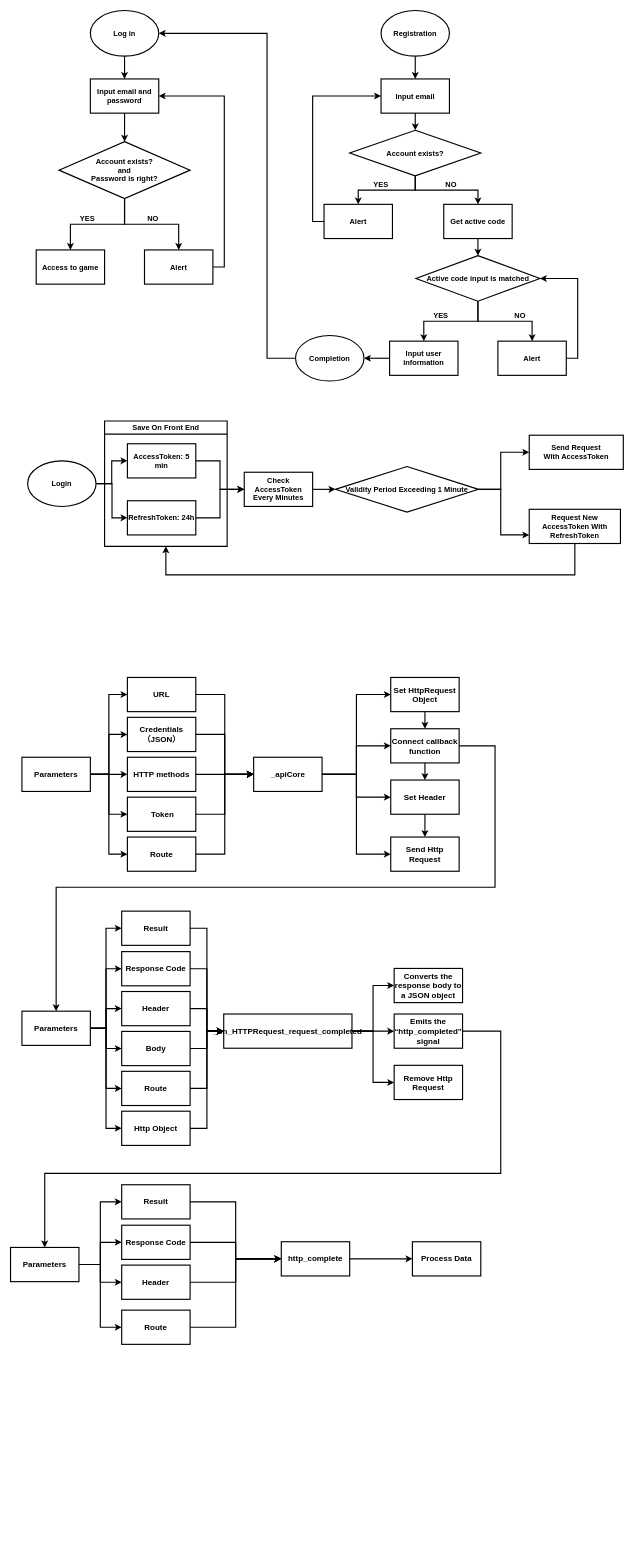
Above: 未命名绘图.drawio in Kathy3665/coursesource (draw.io), before the change. Source tidied: cells renumbered, new cells numbered last; positions are measured from the earlier drawing's top-left corner, leaving out a move shared by most shapes. Both pictures are drawn from the tidied source at 57%, with x=0, y=0 at pixel (10, 10).
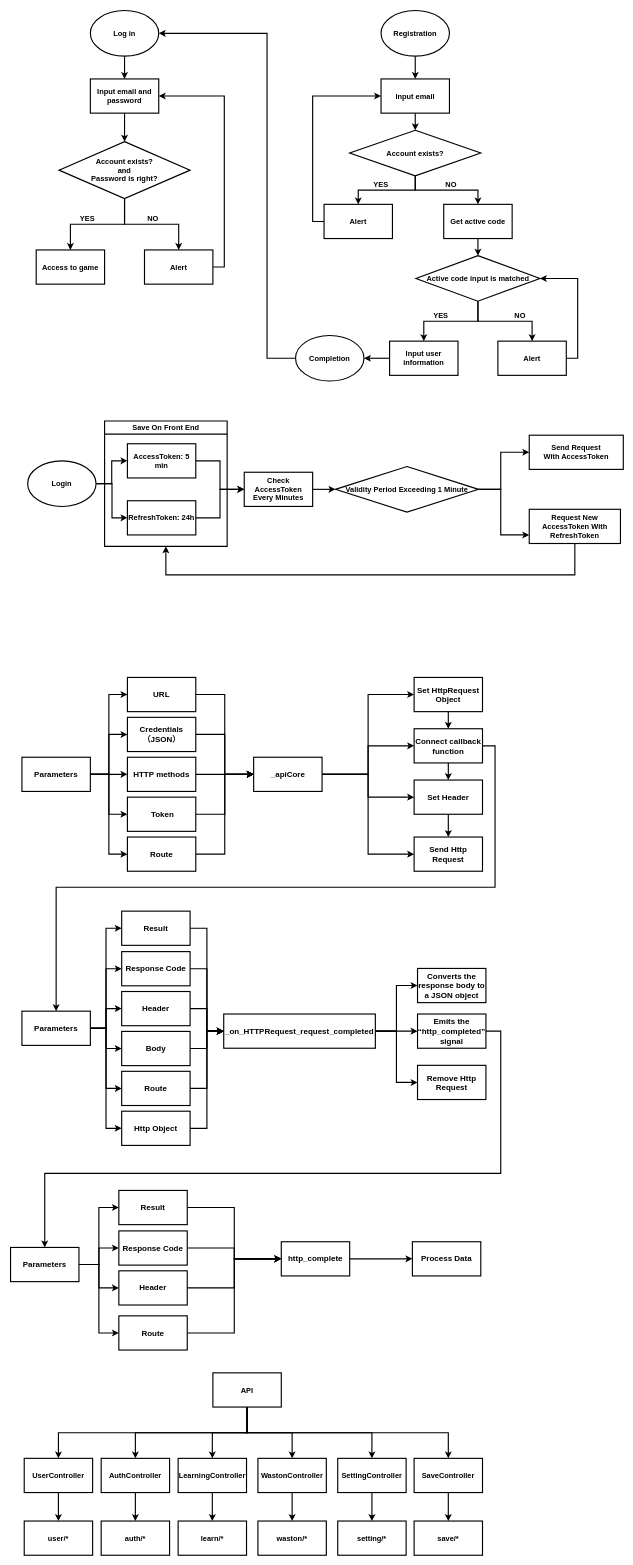
The same page after the edit.

Commit message:
更新未命名绘图.drawio

Diff of the diagram source:
```diff
@@
     <mxCell id="60" value="Set HttpRequest Object" style="rounded=0;whiteSpace=wrap;html=1;strokeWidth=2;fontSize=14;fontStyle=1;" parent="1" vertex="1">
-      <mxGeometry x="667" y="1170" width="120" height="60" as="geometry" />
+      <mxGeometry x="708" y="1170" width="120" height="60" as="geometry" />
     </mxCell>
@@
     <mxCell id="62" value="Set Header" style="rounded=0;whiteSpace=wrap;html=1;strokeWidth=2;fontSize=14;fontStyle=1;" parent="1" vertex="1">
-      <mxGeometry x="667" y="1350" width="120" height="60" as="geometry" />
+      <mxGeometry x="708" y="1350" width="120" height="60" as="geometry" />
     </mxCell>
@@
     <mxCell id="73" value="Send Http Request" style="rounded=0;whiteSpace=wrap;html=1;strokeWidth=2;fontSize=14;fontStyle=1;" parent="1" vertex="1">
-      <mxGeometry x="667" y="1450" width="120" height="60" as="geometry" />
+      <mxGeometry x="708" y="1450" width="120" height="60" as="geometry" />
     </mxCell>
@@
     <mxCell id="76" value="Connect&amp;nbsp;callback function" style="rounded=0;whiteSpace=wrap;html=1;strokeWidth=2;fontSize=14;fontStyle=1;" parent="1" vertex="1">
-      <mxGeometry x="667" y="1260" width="120" height="60" as="geometry" />
+      <mxGeometry x="708" y="1260" width="120" height="60" as="geometry" />
     </mxCell>
-    <mxCell id="77" style="edgeStyle=orthogonalEdgeStyle;rounded=0;jettySize=auto;html=1;exitX=1;exitY=0.5;exitDx=0;exitDy=0;entryX=0;entryY=0.5;entryDx=0;entryDy=0;strokeWidth=2;fontSize=14;fontStyle=1;" parent="1" edge="1" source="80" target="87">
+    <mxCell id="77" style="edgeStyle=orthogonalEdgeStyle;rounded=0;jettySize=auto;html=1;exitX=1;exitY=0.5;exitDx=0;exitDy=0;entryX=0;entryY=0.5;entryDx=0;entryDy=0;strokeWidth=2;" parent="1" edge="1" source="80" target="87">
       <mxGeometry relative="1" as="geometry" />
     </mxCell>
-    <mxCell id="78" style="edgeStyle=orthogonalEdgeStyle;rounded=0;jettySize=auto;html=1;exitX=1;exitY=0.5;exitDx=0;exitDy=0;entryX=0;entryY=0.5;entryDx=0;entryDy=0;strokeWidth=2;fontSize=14;fontStyle=1;" parent="1" edge="1" source="80" target="90">
+    <mxCell id="78" style="edgeStyle=orthogonalEdgeStyle;rounded=0;jettySize=auto;html=1;exitX=1;exitY=0.5;exitDx=0;exitDy=0;strokeWidth=2;" parent="1" edge="1" source="80" target="90">
       <mxGeometry relative="1" as="geometry" />
     </mxCell>
-    <mxCell id="79" style="edgeStyle=orthogonalEdgeStyle;rounded=0;jettySize=auto;html=1;exitX=1;exitY=0.5;exitDx=0;exitDy=0;entryX=0;entryY=0.5;entryDx=0;entryDy=0;strokeWidth=2;fontSize=14;fontStyle=1;" parent="1" edge="1" source="80" target="88">
+    <mxCell id="79" style="edgeStyle=orthogonalEdgeStyle;rounded=0;jettySize=auto;html=1;exitX=1;exitY=0.5;exitDx=0;exitDy=0;entryX=0;entryY=0.5;entryDx=0;entryDy=0;strokeWidth=2;" parent="1" edge="1" source="80" target="88">
       <mxGeometry relative="1" as="geometry" />
     </mxCell>
     <mxCell id="80" value="&lt;div style=&quot;font-size: 14px;&quot;&gt;_on_HTTPRequest_request_completed&lt;/div&gt;" style="rounded=0;whiteSpace=wrap;html=1;strokeWidth=2;fontSize=14;fontStyle=1;" parent="1" vertex="1">
-      <mxGeometry x="374" y="1760.5" width="225" height="60" as="geometry" />
+      <mxGeometry x="374" y="1760.5" width="266" height="60" as="geometry" />
     </mxCell>
@@
     <mxCell id="87" value="&lt;div style=&quot;font-size: 14px;&quot;&gt;Converts the response body to a JSON object&lt;/div&gt;" style="rounded=0;whiteSpace=wrap;html=1;strokeWidth=2;fontSize=14;fontStyle=1;" parent="1" vertex="1">
-      <mxGeometry x="673" y="1680.5" width="120" height="60" as="geometry" />
+      <mxGeometry x="714" y="1680.5" width="120" height="60" as="geometry" />
     </mxCell>
     <mxCell id="88" value="Remove Http Request" style="rounded=0;whiteSpace=wrap;html=1;strokeWidth=2;fontSize=14;fontStyle=1;" parent="1" vertex="1">
-      <mxGeometry x="673" y="1850.5" width="120" height="60" as="geometry" />
+      <mxGeometry x="714" y="1850.5" width="120" height="60" as="geometry" />
     </mxCell>
@@
     <mxCell id="90" value="&lt;div style=&quot;font-size: 14px;&quot;&gt;Emits the “http_completed”&lt;/div&gt;&lt;div style=&quot;font-size: 14px;&quot;&gt;signal&lt;/div&gt;" style="rounded=0;whiteSpace=wrap;html=1;strokeWidth=2;fontSize=14;fontStyle=1;" parent="1" vertex="1">
-      <mxGeometry x="673" y="1760.5" width="120" height="60" as="geometry" />
+      <mxGeometry x="714" y="1760.5" width="120" height="60" as="geometry" />
     </mxCell>
@@
     <mxCell id="119" value="Result" style="rounded=0;whiteSpace=wrap;html=1;strokeWidth=2;fontSize=14;fontStyle=1;" parent="1" vertex="1">
-      <mxGeometry x="195" y="2060" width="120" height="60" as="geometry" />
+      <mxGeometry x="190" y="2070" width="120" height="60" as="geometry" />
     </mxCell>
@@
     <mxCell id="121" value="Response Code" style="rounded=0;whiteSpace=wrap;html=1;strokeWidth=2;fontSize=14;fontStyle=1;" parent="1" vertex="1">
-      <mxGeometry x="195" y="2131" width="120" height="60" as="geometry" />
+      <mxGeometry x="190" y="2141" width="120" height="60" as="geometry" />
     </mxCell>
@@
     <mxCell id="123" value="Header" style="rounded=0;whiteSpace=wrap;html=1;strokeWidth=2;fontSize=14;fontStyle=1;" parent="1" vertex="1">
-      <mxGeometry x="195" y="2201" width="120" height="60" as="geometry" />
+      <mxGeometry x="190" y="2211" width="120" height="60" as="geometry" />
     </mxCell>
@@
     <mxCell id="125" value="Route" style="rounded=0;whiteSpace=wrap;html=1;strokeWidth=2;fontSize=14;fontStyle=1;" parent="1" vertex="1">
-      <mxGeometry x="195" y="2280" width="120" height="60" as="geometry" />
+      <mxGeometry x="190" y="2290" width="120" height="60" as="geometry" />
     </mxCell>
+    <mxCell id="126" value="user/*" style="rounded=0;whiteSpace=wrap;html=1;strokeWidth=2;spacing=2;fontSize=13;fontStyle=1;" parent="1" vertex="1">
+      <mxGeometry x="24" y="2650" width="120" height="60" as="geometry" />
+    </mxCell>
+    <mxCell id="127" value="auth/*" style="rounded=0;whiteSpace=wrap;html=1;strokeWidth=2;spacing=2;fontSize=13;fontStyle=1;" parent="1" vertex="1">
+      <mxGeometry x="159" y="2650" width="120" height="60" as="geometry" />
+    </mxCell>
+    <mxCell id="128" value="learn/*" style="rounded=0;whiteSpace=wrap;html=1;strokeWidth=2;spacing=2;fontSize=13;fontStyle=1;" parent="1" vertex="1">
+      <mxGeometry x="294" y="2650" width="120" height="60" as="geometry" />
+    </mxCell>
+    <mxCell id="129" value="waston/*" style="rounded=0;whiteSpace=wrap;html=1;strokeWidth=2;spacing=2;fontSize=13;fontStyle=1;" parent="1" vertex="1">
+      <mxGeometry x="434" y="2650" width="120" height="60" as="geometry" />
+    </mxCell>
+    <mxCell id="130" value="setting/*" style="rounded=0;whiteSpace=wrap;html=1;strokeWidth=2;spacing=2;fontSize=13;fontStyle=1;" parent="1" vertex="1">
+      <mxGeometry x="574" y="2650" width="120" height="60" as="geometry" />
+    </mxCell>
+    <mxCell id="131" value="save/*" style="rounded=0;whiteSpace=wrap;html=1;strokeWidth=2;spacing=2;fontSize=13;fontStyle=1;" parent="1" vertex="1">
+      <mxGeometry x="708" y="2650" width="120" height="60" as="geometry" />
+    </mxCell>
+    <mxCell id="132" style="edgeStyle=orthogonalEdgeStyle;rounded=0;jettySize=auto;html=1;exitX=0.5;exitY=1;exitDx=0;exitDy=0;entryX=0.5;entryY=0;entryDx=0;entryDy=0;strokeWidth=2;spacing=2;fontSize=13;fontStyle=1;" parent="1" edge="1" source="138" target="140">
+      <mxGeometry relative="1" as="geometry" />
+    </mxCell>
+    <mxCell id="133" style="edgeStyle=orthogonalEdgeStyle;rounded=0;jettySize=auto;html=1;exitX=0.5;exitY=1;exitDx=0;exitDy=0;entryX=0.5;entryY=0;entryDx=0;entryDy=0;strokeWidth=2;spacing=2;fontSize=13;fontStyle=1;" parent="1" edge="1" source="138" target="142">
+      <mxGeometry relative="1" as="geometry" />
+    </mxCell>
+    <mxCell id="134" style="edgeStyle=orthogonalEdgeStyle;rounded=0;jettySize=auto;html=1;exitX=0.5;exitY=1;exitDx=0;exitDy=0;entryX=0.5;entryY=0;entryDx=0;entryDy=0;strokeWidth=2;spacing=2;fontSize=13;fontStyle=1;" parent="1" edge="1" source="138" target="144">
+      <mxGeometry relative="1" as="geometry" />
+    </mxCell>
+    <mxCell id="135" style="edgeStyle=orthogonalEdgeStyle;rounded=0;jettySize=auto;html=1;exitX=0.5;exitY=1;exitDx=0;exitDy=0;entryX=0.5;entryY=0;entryDx=0;entryDy=0;strokeWidth=2;spacing=2;fontSize=13;fontStyle=1;" parent="1" edge="1" source="138" target="146">
+      <mxGeometry relative="1" as="geometry" />
+    </mxCell>
+    <mxCell id="136" style="edgeStyle=orthogonalEdgeStyle;rounded=0;jettySize=auto;html=1;exitX=0.5;exitY=1;exitDx=0;exitDy=0;entryX=0.5;entryY=0;entryDx=0;entryDy=0;strokeWidth=2;spacing=2;fontSize=13;fontStyle=1;" parent="1" edge="1" source="138" target="148">
+      <mxGeometry relative="1" as="geometry" />
+    </mxCell>
+    <mxCell id="137" style="edgeStyle=orthogonalEdgeStyle;rounded=0;jettySize=auto;html=1;exitX=0.5;exitY=1;exitDx=0;exitDy=0;strokeWidth=2;spacing=2;fontSize=13;fontStyle=1;" parent="1" edge="1" source="138" target="150">
+      <mxGeometry relative="1" as="geometry" />
+    </mxCell>
+    <mxCell id="138" value="API" style="rounded=0;whiteSpace=wrap;html=1;strokeWidth=2;spacing=2;fontSize=13;fontStyle=1;" parent="1" vertex="1">
+      <mxGeometry x="355" y="2390" width="120" height="60" as="geometry" />
+    </mxCell>
+    <mxCell id="139" style="edgeStyle=orthogonalEdgeStyle;rounded=0;jettySize=auto;html=1;exitX=0.5;exitY=1;exitDx=0;exitDy=0;entryX=0.5;entryY=0;entryDx=0;entryDy=0;strokeWidth=2;spacing=2;fontSize=13;fontStyle=1;" parent="1" edge="1" source="140" target="126">
+      <mxGeometry relative="1" as="geometry" />
+    </mxCell>
+    <mxCell id="140" value="UserController" style="rounded=0;whiteSpace=wrap;html=1;strokeWidth=2;spacing=2;fontSize=13;fontStyle=1;" parent="1" vertex="1">
+      <mxGeometry x="24" y="2540" width="120" height="60" as="geometry" />
+    </mxCell>
+    <mxCell id="141" style="edgeStyle=orthogonalEdgeStyle;rounded=0;jettySize=auto;html=1;exitX=0.5;exitY=1;exitDx=0;exitDy=0;strokeWidth=2;spacing=2;fontSize=13;fontStyle=1;" parent="1" edge="1" source="142" target="127">
+      <mxGeometry relative="1" as="geometry" />
+    </mxCell>
+    <mxCell id="142" value="AuthController" style="rounded=0;whiteSpace=wrap;html=1;strokeWidth=2;spacing=2;fontSize=13;fontStyle=1;" parent="1" vertex="1">
+      <mxGeometry x="159" y="2540" width="120" height="60" as="geometry" />
+    </mxCell>
+    <mxCell id="143" style="edgeStyle=orthogonalEdgeStyle;rounded=0;jettySize=auto;html=1;exitX=0.5;exitY=1;exitDx=0;exitDy=0;entryX=0.5;entryY=0;entryDx=0;entryDy=0;strokeWidth=2;spacing=2;fontSize=13;fontStyle=1;" parent="1" edge="1" source="144" target="128">
+      <mxGeometry relative="1" as="geometry" />
+    </mxCell>
+    <mxCell id="144" value="LearningController" style="rounded=0;whiteSpace=wrap;html=1;strokeWidth=2;spacing=2;fontSize=13;fontStyle=1;" parent="1" vertex="1">
+      <mxGeometry x="294" y="2540" width="120" height="60" as="geometry" />
+    </mxCell>
+    <mxCell id="145" style="edgeStyle=orthogonalEdgeStyle;rounded=0;jettySize=auto;html=1;exitX=0.5;exitY=1;exitDx=0;exitDy=0;strokeWidth=2;spacing=2;fontSize=13;fontStyle=1;" parent="1" edge="1" source="146" target="129">
+      <mxGeometry relative="1" as="geometry" />
+    </mxCell>
+    <mxCell id="146" value="WastonController" style="rounded=0;whiteSpace=wrap;html=1;strokeWidth=2;spacing=2;fontSize=13;fontStyle=1;" parent="1" vertex="1">
+      <mxGeometry x="434" y="2540" width="120" height="60" as="geometry" />
+    </mxCell>
+    <mxCell id="147" style="edgeStyle=orthogonalEdgeStyle;rounded=0;jettySize=auto;html=1;exitX=0.5;exitY=1;exitDx=0;exitDy=0;entryX=0.5;entryY=0;entryDx=0;entryDy=0;strokeWidth=2;spacing=2;fontSize=13;fontStyle=1;" parent="1" edge="1" source="148" target="130">
+      <mxGeometry relative="1" as="geometry" />
+    </mxCell>
+    <mxCell id="148" value="SettingController" style="rounded=0;whiteSpace=wrap;html=1;strokeWidth=2;spacing=2;fontSize=13;fontStyle=1;" parent="1" vertex="1">
+      <mxGeometry x="574" y="2540" width="120" height="60" as="geometry" />
+    </mxCell>
+    <mxCell id="149" style="edgeStyle=orthogonalEdgeStyle;rounded=0;jettySize=auto;html=1;exitX=0.5;exitY=1;exitDx=0;exitDy=0;entryX=0.5;entryY=0;entryDx=0;entryDy=0;strokeWidth=2;spacing=2;fontSize=13;fontStyle=1;" parent="1" edge="1" source="150" target="131">
+      <mxGeometry relative="1" as="geometry" />
+    </mxCell>
+    <mxCell id="150" value="SaveController" style="rounded=0;whiteSpace=wrap;html=1;strokeWidth=2;spacing=2;fontSize=13;fontStyle=1;" parent="1" vertex="1">
+      <mxGeometry x="708" y="2540" width="120" height="60" as="geometry" />
+    </mxCell>
```
